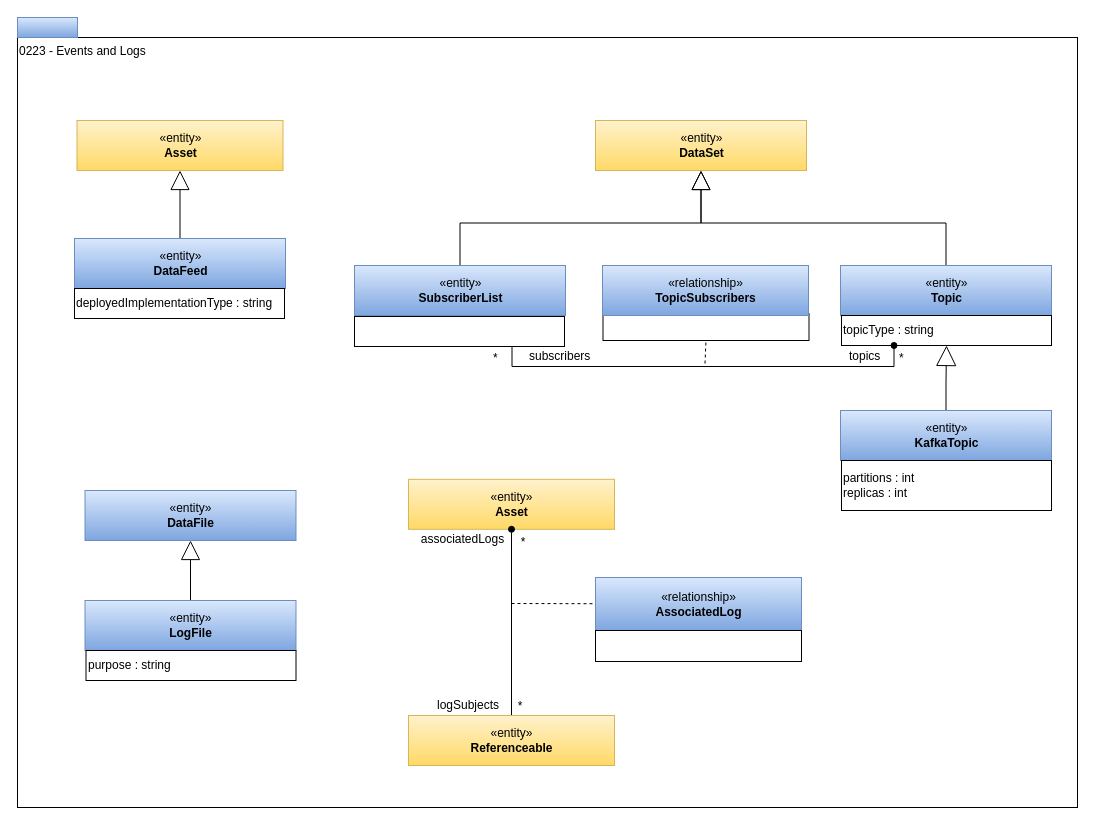
This is page "0223-Events-and-Logs" (13 of 25) of site/docs/types/2/area-2-assets.drawio from odpi/egeria-docs, a draw.io file, before an edit. Source tidied: cells renumbered, new cells numbered last; positions are measured from the earlier drawing's top-left corner, leaving out a move shared by most shapes. Both pictures are drawn from the tidied source at 100%, with x=0, y=0 at pixel (17, 17).
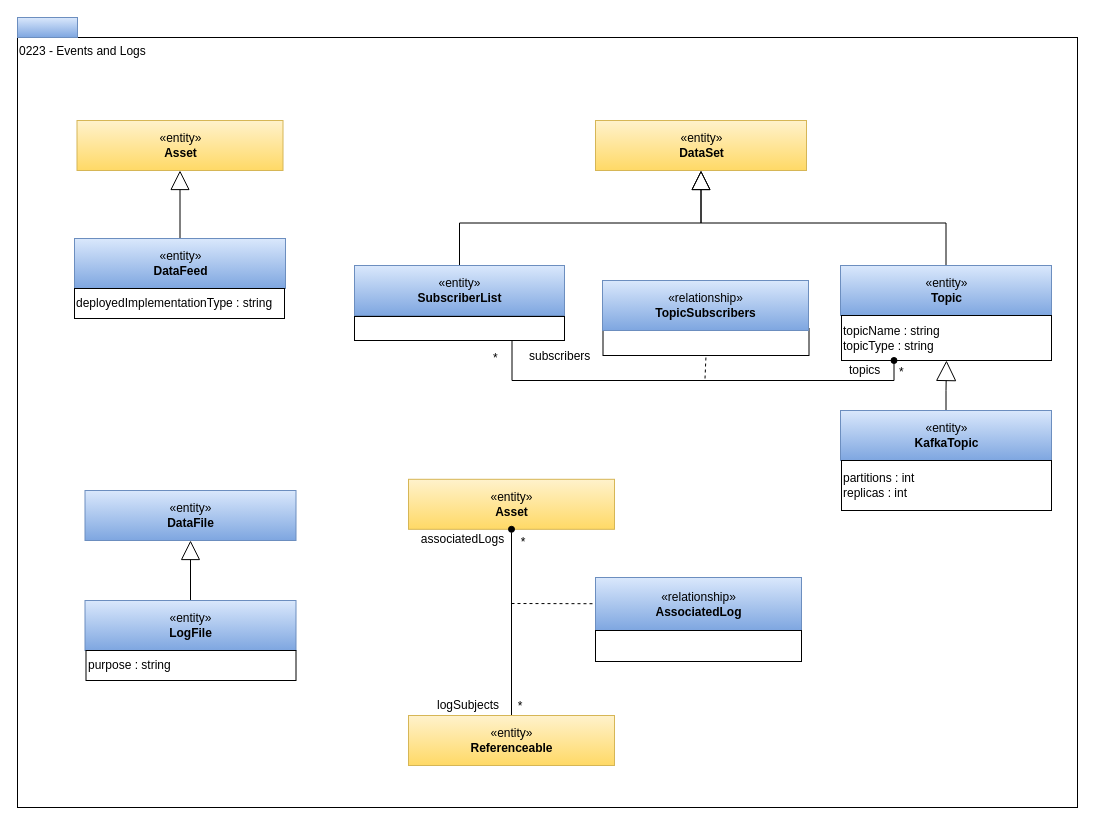
The same page after the edit.

What changed in the source:
```diff
@@
-    <mxCell id="10" value="topicType : string" style="rounded=0;whiteSpace=wrap;html=1;strokeColor=#000000;gradientColor=#ffffff;align=left;" parent="1" vertex="1">
-      <mxGeometry x="824" y="298" width="210" height="30" as="geometry" />
+    <mxCell id="10" value="topicName : string&lt;br&gt;topicType : string" style="rounded=0;whiteSpace=wrap;html=1;strokeColor=#000000;gradientColor=#ffffff;align=left;" parent="1" vertex="1">
+      <mxGeometry x="824" y="298" width="210" height="45" as="geometry" />
     </mxCell>
@@
     <mxCell id="13" value="«entity»&lt;br&gt;&lt;b&gt;SubscriberList&lt;/b&gt;" style="html=1;strokeColor=#6c8ebf;align=center;fillColor=#dae8fc;gradientColor=#7ea6e0;" parent="1" vertex="1">
-      <mxGeometry x="337" y="248" width="211" height="50" as="geometry" />
+      <mxGeometry x="337" y="248" width="210" height="50" as="geometry" />
     </mxCell>
     <mxCell id="14" style="rounded=0;whiteSpace=wrap;html=1;strokeColor=#000000;gradientColor=#ffffff;align=left;" parent="1" vertex="1">
-      <mxGeometry x="337" y="299" width="210" height="30" as="geometry" />
+      <mxGeometry x="337" y="299" width="210" height="24" as="geometry" />
     </mxCell>
@@
     <mxCell id="16" style="endArrow=none;dashed=1;html=1;entryX=0.5;entryY=1;entryDx=0;entryDy=0;" parent="1" edge="1" target="17">
       <mxGeometry relative="1" as="geometry">
-        <mxPoint x="687.5" y="346" as="sourcePoint" />
+        <mxPoint x="687.5" y="361" as="sourcePoint" />
       </mxGeometry>
     </mxCell>
     <mxCell id="17" style="rounded=0;whiteSpace=wrap;html=1;strokeColor=#000000;gradientColor=#ffffff;align=left;" parent="1" vertex="1">
-      <mxGeometry x="585.5" y="296" width="206" height="27" as="geometry" />
+      <mxGeometry x="585.5" y="311" width="206" height="27" as="geometry" />
     </mxCell>
     <mxCell id="18" value="«relationship»&lt;br&gt;&lt;b&gt;TopicSubscribers&lt;/b&gt;" style="html=1;strokeColor=#6c8ebf;align=center;fillColor=#dae8fc;gradientColor=#7ea6e0;" parent="1" vertex="1">
-      <mxGeometry x="585" y="248" width="206" height="50" as="geometry" />
+      <mxGeometry x="585" y="263" width="206" height="50" as="geometry" />
     </mxCell>
@@
     <mxCell id="21" value="topics" style="text;html=1;align=left;verticalAlign=top;spacingTop=-4;" parent="1" vertex="1">
-      <mxGeometry x="830" y="329" width="50" height="20" as="geometry" />
+      <mxGeometry x="830" y="343" width="50" height="20" as="geometry" />
     </mxCell>
     <mxCell id="22" value="*" style="text;html=1;align=left;verticalAlign=top;spacingTop=-4;" parent="1" vertex="1">
-      <mxGeometry x="880" y="331" width="20" height="20" as="geometry" />
+      <mxGeometry x="880" y="345" width="20" height="20" as="geometry" />
     </mxCell>
```
